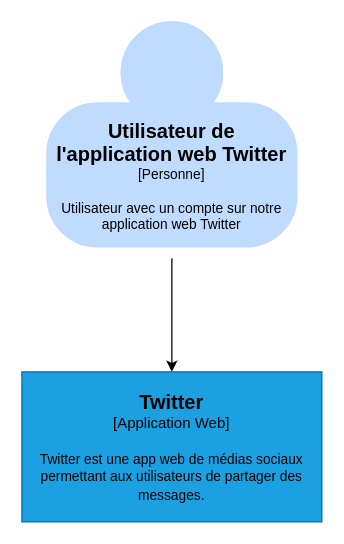
Muking3/Project_API_Twitter keeps this draw.io diagram as page "Context" (1 of 4) of Project_API_Twitter.drawio. Above is the earlier version. Source tidied: cells renumbered, new cells numbered last; positions are measured from the earlier drawing's top-left corner, leaving out a move shared by most shapes. Both pictures are drawn from the tidied source at 125%, with x=0, y=0 at pixel (21, 21).
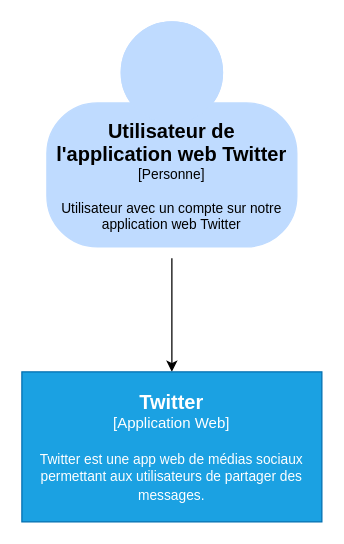
After the change.

Diff of the diagram source:
```diff
@@
 <mxGraphModel>
   <root>
     <mxCell id="0" />
     <mxCell id="1" parent="0" />
     <mxCell id="2" style="edgeStyle=orthogonalEdgeStyle;rounded=0;jettySize=auto;html=1;" parent="1" edge="1" source="3" target="4">
       <mxGeometry relative="1" as="geometry" />
     </mxCell>
     <object id="3" label="&lt;font style=&quot;font-size: 16px&quot;&gt;&lt;b&gt;%c4Name%&lt;/b&gt;&lt;/font&gt;&lt;div&gt;[%c4Type%]&lt;/div&gt;&lt;br&gt;&lt;div&gt;&lt;font style=&quot;font-size: 11px&quot;&gt;&lt;font&gt;%c4Description%&lt;/font&gt;&lt;/font&gt;&lt;/div&gt;" c4Description="Utilisateur avec un compte sur notre application web Twitter" c4Name="Utilisateur de l'application web Twitter" c4Type="Personne" placeholders="1">
       <mxCell style="html=1;fontSize=11;dashed=0;whiteSpace=wrap;shape=mxgraph.c4.person2;align=center;points=[[0.5,0,0],[1,0.5,0],[1,0.75,0],[0.75,1,0],[0.5,1,0],[0.25,1,0],[0,0.75,0],[0,0.5,0]];strokeColor=#BFDBFF;fillColor=#BFDBFF;fontColor=#000000;perimeterSpacing=9;" parent="1" vertex="1">
         <mxGeometry x="20" width="200" height="180" as="geometry" />
       </mxCell>
     </object>
     <object id="4" label="&lt;font style=&quot;font-size: 16px&quot;&gt;&lt;b&gt;%c4Name%&lt;/b&gt;&lt;/font&gt;&lt;div&gt;[%c4Type%]&lt;/div&gt;&lt;br&gt;&lt;div&gt;&lt;font style=&quot;font-size: 11px&quot;&gt;&lt;font&gt;%c4Description%&lt;/font&gt;&lt;/font&gt;&lt;/div&gt;" c4Description="Twitter est une app web de médias sociaux permettant aux utilisateurs de partager des messages.&#10;" c4Name="Twitter" c4Type="Application Web" placeholders="1">
-      <mxCell style="rounded=1;whiteSpace=wrap;html=1;labelBackgroundColor=none;fillColor=#1ba1e2;fontColor=#000000;align=center;arcSize=0;strokeColor=#006EAF;points=[[0.25,0,0],[0.5,0,0],[0.75,0,0],[1,0.25,0],[1,0.5,0],[1,0.75,0],[0.75,1,0],[0.5,1,0],[0.25,1,0],[0,0.75,0],[0,0.5,0],[0,0.25,0]];" parent="1" vertex="1">
+      <mxCell style="rounded=1;whiteSpace=wrap;html=1;labelBackgroundColor=none;fillColor=#1ba1e2;fontColor=#FFFFFF;align=center;arcSize=0;strokeColor=#006EAF;points=[[0.25,0,0],[0.5,0,0],[0.75,0,0],[1,0.25,0],[1,0.5,0],[1,0.75,0],[0.75,1,0],[0.5,1,0],[0.25,1,0],[0,0.75,0],[0,0.5,0],[0,0.25,0]];" parent="1" vertex="1">
         <mxGeometry y="280" width="240" height="120" as="geometry" />
       </mxCell>
     </object>
   </root>
 </mxGraphModel>
```
